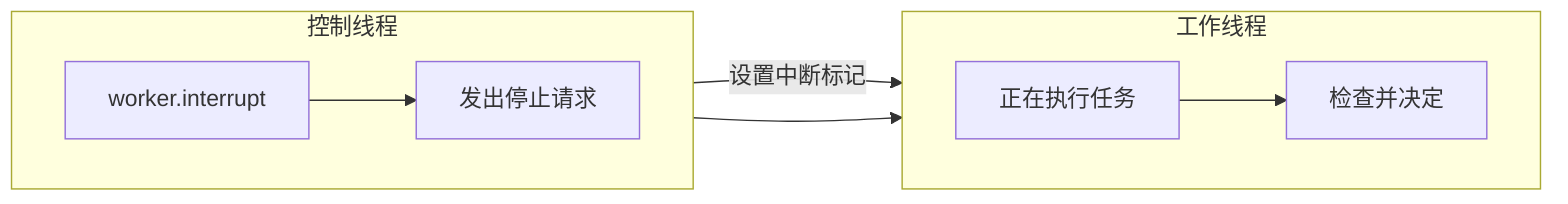
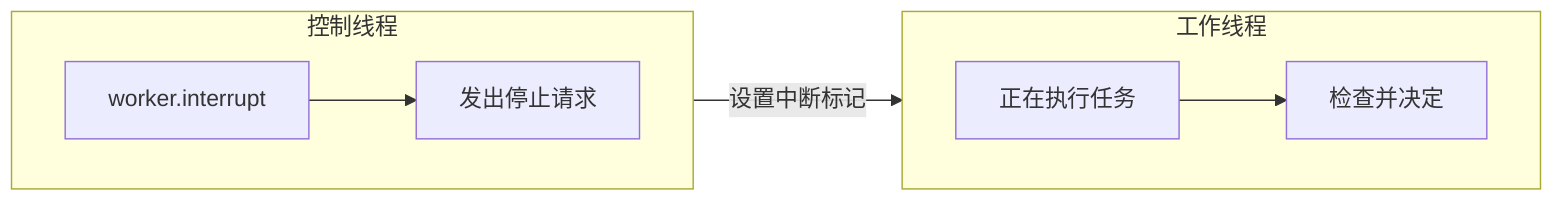
graph LR
    subgraph Controller["控制线程"]
        direction LR
        C1["worker.interrupt"] --> C2["发出停止请求"]
    end
    subgraph Worker["工作线程"]
        direction LR
        W1["正在执行任务"] --> W2["检查并决定"]
    end
-     C1 -->|设置中断标记| W2
-     C1 --> W1+     C1 -->|设置中断标记| W2